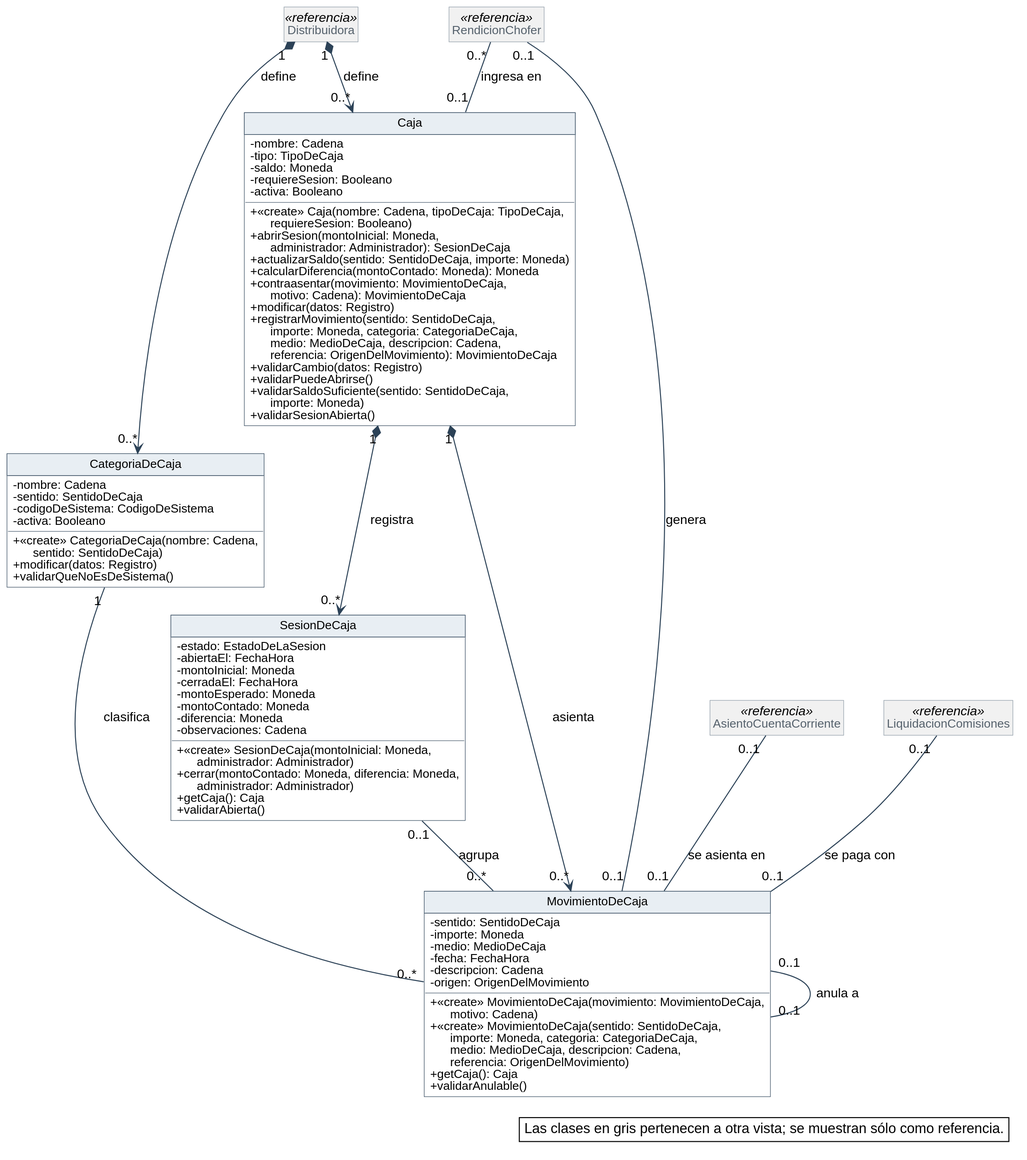
Earlier version of the PlantUML export diagramas/clases-diseno/DC_Caja.svg (Nahuelito-Dev/splg-docs).
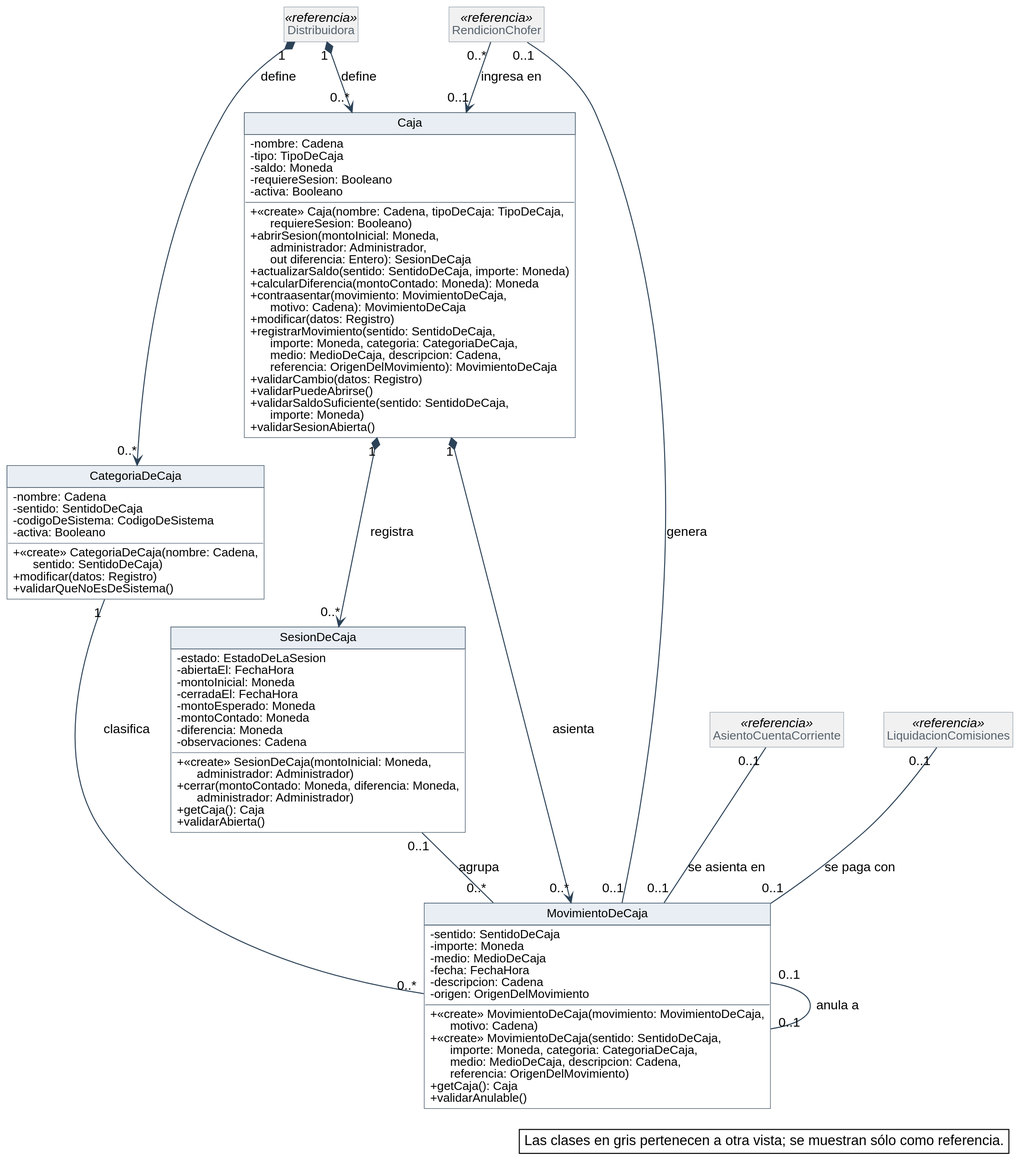
After the commit.

Change to the diagram source:
```diff
@@ -64,7 +64,7 @@
   - requiereSesion: Booleano
   - activa: Booleano
   + «create» Caja(nombre: Cadena, tipoDeCaja: TipoDeCaja,\n      requiereSesion: Booleano)
-  + abrirSesion(montoInicial: Moneda,\n      administrador: Administrador): SesionDeCaja
+  + abrirSesion(montoInicial: Moneda,\n      administrador: Administrador,\n      out diferencia: Entero): SesionDeCaja
   + actualizarSaldo(sentido: SentidoDeCaja, importe: Moneda)
   + calcularDiferencia(montoContado: Moneda): Moneda
   + contraasentar(movimiento: MovimientoDeCaja,\n      motivo: Cadena): MovimientoDeCaja
@@ -122,7 +122,7 @@
 SesionDeCaja "0..1" -- "0..*" MovimientoDeCaja : agrupa
 CategoriaDeCaja "1" -- "0..*" MovimientoDeCaja : clasifica
 MovimientoDeCaja "0..1" -- "0..1" MovimientoDeCaja : anula a
-RendicionChofer "0..*" -- "0..1" Caja : ingresa en
+RendicionChofer "0..*" --> "0..1" Caja : ingresa en
 RendicionChofer "0..1" -- "0..1" MovimientoDeCaja : genera
 AsientoCuentaCorriente "0..1" -- "0..1" MovimientoDeCaja : se asienta en
 LiquidacionComisiones "0..1" -- "0..1" MovimientoDeCaja : se paga con
```
